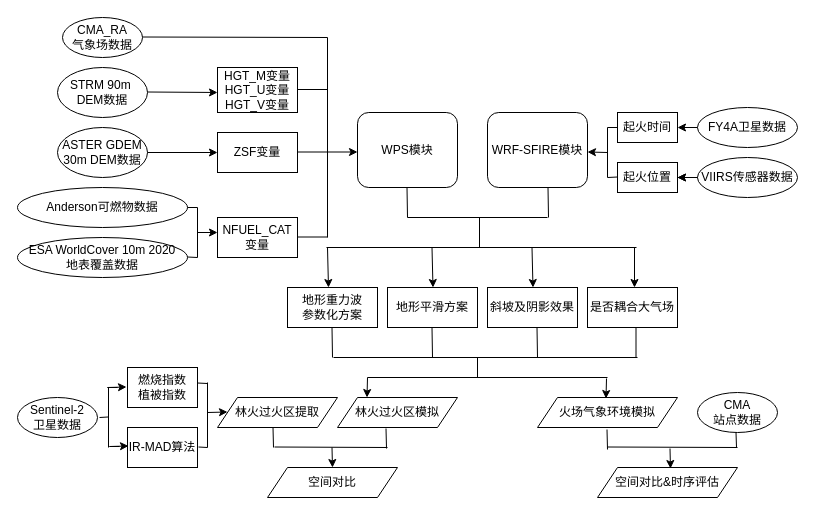
Above: 第三章技术路线图.drawio in gaohuanxin/WRF-SFIRE (draw.io), before the change. Source tidied: cells renumbered, new cells numbered last; positions are measured from the earlier drawing's top-left corner, leaving out a move shared by most shapes. Both pictures are drawn from the tidied source at 100%, with x=0, y=0 at pixel (17, 17).
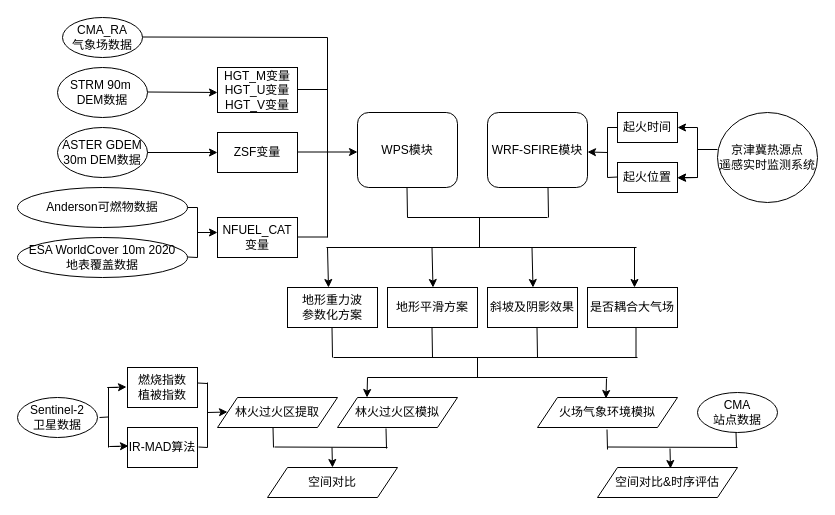
The same diagram, later.

Commit message:
更新第三章技术路线图.drawio

Unchanged cells that the change refers to:
```xml
<mxCell id="25" value="起火位置" style="rounded=0;whiteSpace=wrap;html=1;" parent="1" vertex="1">
  <mxGeometry x="600" y="145" width="60" height="30" as="geometry" />
</mxCell>
```

Change to the diagram source:
```diff
@@
-    <mxCell id="26" value="FY4A卫星数据" style="ellipse;whiteSpace=wrap;html=1;" parent="1" vertex="1">
-      <mxGeometry x="680" y="90" width="100" height="40" as="geometry" />
+    <mxCell id="26" value="京津冀热源点&lt;br&gt;遥感实时监测系统" style="ellipse;whiteSpace=wrap;html=1;" parent="1" vertex="1">
+      <mxGeometry x="700" y="95" width="100" height="90" as="geometry" />
     </mxCell>
-    <mxCell id="27" style="edgeStyle=orthogonalEdgeStyle;rounded=0;jettySize=auto;html=1;" parent="1" edge="1" source="28" target="25">
-      <mxGeometry relative="1" as="geometry" />
+    <mxCell id="27" style="edgeStyle=orthogonalEdgeStyle;rounded=0;jettySize=auto;html=1;" parent="1" edge="1" target="25">
+      <mxGeometry relative="1" as="geometry">
+        <mxPoint x="680" y="160" as="sourcePoint" />
+      </mxGeometry>
     </mxCell>
-    <mxCell id="28" value="VIIRS传感器数据" style="ellipse;whiteSpace=wrap;html=1;" parent="1" vertex="1">
-      <mxGeometry x="680" y="140" width="100" height="40" as="geometry" />
-    </mxCell>
@@
+    <mxCell id="82" style="endArrow=none;html=1;rounded=0;" parent="1" edge="1">
+      <mxGeometry relative="1" as="geometry">
+        <mxPoint x="680" y="160" as="sourcePoint" />
+        <mxPoint x="680" y="110" as="targetPoint" />
+      </mxGeometry>
+    </mxCell>
+    <mxCell id="83" style="endArrow=none;html=1;rounded=0;" parent="1" edge="1">
+      <mxGeometry relative="1" as="geometry">
+        <mxPoint x="680" y="132" as="sourcePoint" />
+        <mxPoint x="700" y="132" as="targetPoint" />
+      </mxGeometry>
+    </mxCell>
```
